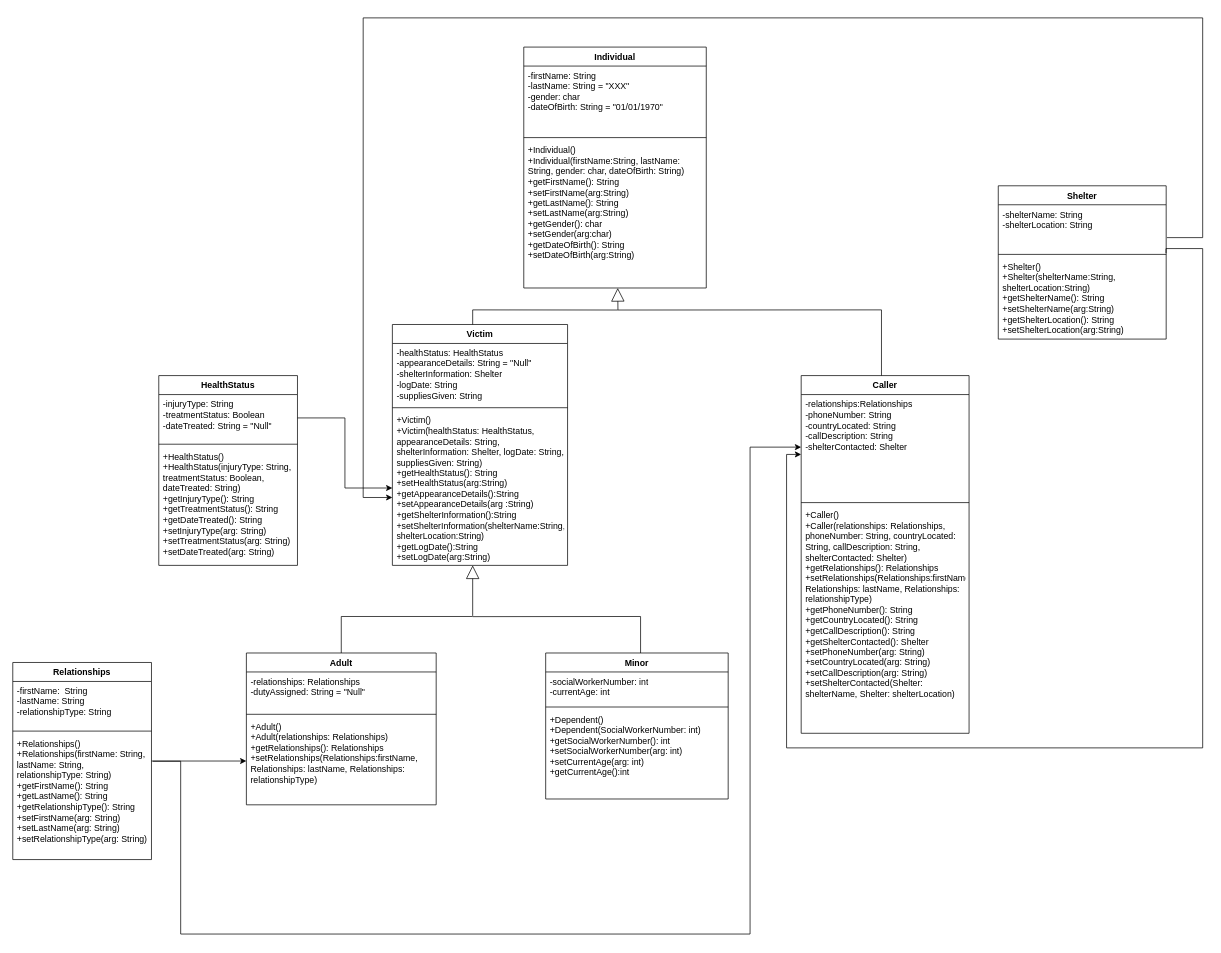
Before: 25.drawio in ENSF-380-Group-25/Project-1, a draw.io diagram. Source tidied: cells renumbered, new cells numbered last; positions are measured from the earlier drawing's top-left corner, leaving out a move shared by most shapes. Both pictures are drawn from the tidied source at 73%, with x=0, y=0 at pixel (12, 18).
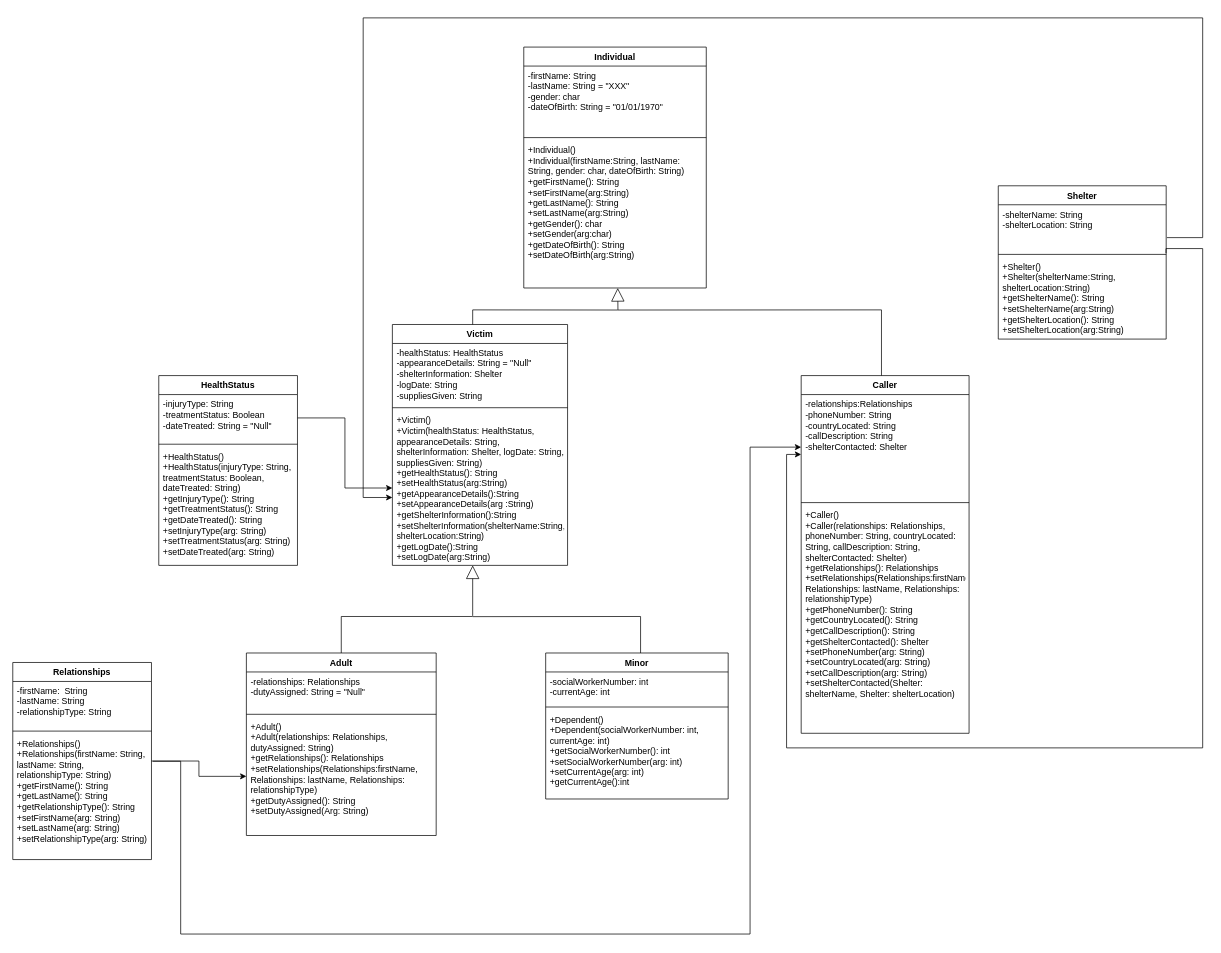
After the change.

Unchanged cells that the change refers to:
```xml
<mxCell id="10" value="Minor" style="swimlane;fontStyle=1;align=center;verticalAlign=top;horizontal=1;startSize=26;whiteSpace=wrap;html=1;" parent="1" vertex="1">
  <mxGeometry x="730" y="870" width="250" height="200" as="geometry" />
</mxCell>
```

Diff of the diagram source:
```diff
@@
     <mxCell id="6" value="Adult" style="swimlane;fontStyle=1;align=center;verticalAlign=top;horizontal=1;startSize=26;whiteSpace=wrap;html=1;" parent="1" vertex="1">
-      <mxGeometry x="320" y="870" width="260" height="208" as="geometry" />
+      <mxGeometry x="320" y="870" width="260" height="250" as="geometry" />
     </mxCell>
@@
-    <mxCell id="9" value="+Adult()&lt;div&gt;+Adult(relationships: Relationships&lt;span style=&quot;background-color: transparent; color: light-dark(rgb(0, 0, 0), rgb(255, 255, 255));&quot;&gt;)&lt;/span&gt;&lt;/div&gt;&lt;div&gt;+getRelationships(): Relationships&lt;div&gt;+setRelationships(&lt;span style=&quot;background-color: transparent; color: light-dark(rgb(0, 0, 0), rgb(255, 255, 255));&quot;&gt;Relationships:firstName, Relationships: lastName, Relationships: relationshipType&lt;/span&gt;&lt;span style=&quot;background-color: transparent; color: light-dark(rgb(0, 0, 0), rgb(255, 255, 255));&quot;&gt;)&lt;/span&gt;&lt;/div&gt;&lt;/div&gt;" style="text;strokeColor=none;fillColor=none;align=left;verticalAlign=top;spacingLeft=4;spacingRight=4;overflow=hidden;points=[[0,0.5],[1,0.5]];portConstraint=eastwest;whiteSpace=wrap;html=1;" parent="6" vertex="1">
-      <mxGeometry y="88" width="260" height="120" as="geometry" />
+    <mxCell id="9" value="+Adult()&lt;div&gt;+Adult(relationships: Relationships, dutyAssigned: String&lt;span style=&quot;background-color: transparent; color: light-dark(rgb(0, 0, 0), rgb(255, 255, 255));&quot;&gt;)&lt;/span&gt;&lt;/div&gt;&lt;div&gt;+getRelationships(): Relationships&lt;div&gt;+setRelationships(&lt;span style=&quot;background-color: transparent; color: light-dark(rgb(0, 0, 0), rgb(255, 255, 255));&quot;&gt;Relationships:firstName, Relationships: lastName, Relationships: relationshipType&lt;/span&gt;&lt;span style=&quot;background-color: transparent; color: light-dark(rgb(0, 0, 0), rgb(255, 255, 255));&quot;&gt;)&lt;/span&gt;&lt;/div&gt;&lt;/div&gt;&lt;div&gt;&lt;span style=&quot;background-color: transparent; color: light-dark(rgb(0, 0, 0), rgb(255, 255, 255));&quot;&gt;+getDutyAssigned(): String&lt;/span&gt;&lt;/div&gt;&lt;div&gt;&lt;span style=&quot;background-color: transparent; color: light-dark(rgb(0, 0, 0), rgb(255, 255, 255));&quot;&gt;+setDutyAssigned(Arg: String)&lt;/span&gt;&lt;/div&gt;" style="text;strokeColor=none;fillColor=none;align=left;verticalAlign=top;spacingLeft=4;spacingRight=4;overflow=hidden;points=[[0,0.5],[1,0.5]];portConstraint=eastwest;whiteSpace=wrap;html=1;" parent="6" vertex="1">
+      <mxGeometry y="88" width="260" height="162" as="geometry" />
     </mxCell>
@@
-    <mxCell id="13" value="&lt;div&gt;+Dependent()&lt;/div&gt;&lt;div&gt;+Dependent(SocialWorkerNumber: int)&lt;/div&gt;+getSocialWorkerNumber(): int&lt;div&gt;+setSocialWorkerNumber(arg: int)&lt;/div&gt;&lt;div&gt;+setCurrentAge(arg: int)&lt;/div&gt;&lt;div&gt;+getCurrentAge():int&lt;/div&gt;" style="text;strokeColor=none;fillColor=none;align=left;verticalAlign=top;spacingLeft=4;spacingRight=4;overflow=hidden;whiteSpace=wrap;html=1;" parent="10" vertex="1">
+    <mxCell id="13" value="&lt;div&gt;+Dependent()&lt;/div&gt;&lt;div&gt;+Dependent(socialWorkerNumber: int, currentAge: int)&lt;/div&gt;+getSocialWorkerNumber(): int&lt;div&gt;+setSocialWorkerNumber(arg: int)&lt;/div&gt;&lt;div&gt;+setCurrentAge(arg: int)&lt;/div&gt;&lt;div&gt;+getCurrentAge():int&lt;/div&gt;" style="text;strokeColor=none;fillColor=none;align=left;verticalAlign=top;spacingLeft=4;spacingRight=4;overflow=hidden;whiteSpace=wrap;html=1;" parent="10" vertex="1">
       <mxGeometry y="78" width="250" height="122" as="geometry" />
     </mxCell>
```
